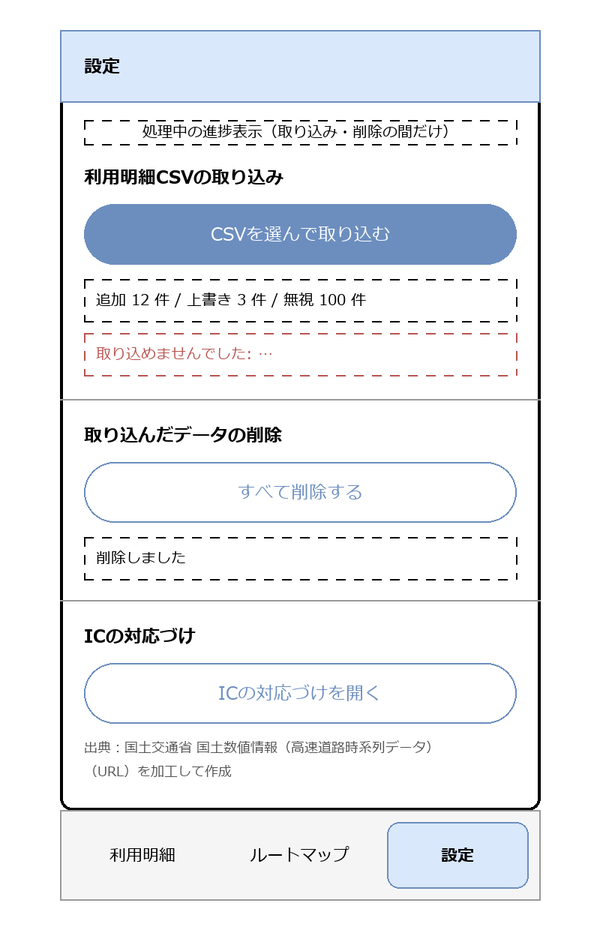
The draw.io diagram docs/systems/screens/images/SCR-001-settings.drawio.png in hnt1028/etc-meisai, before a commit. Source tidied: cells renumbered, new cells last; positions are measured from the earlier drawing's top-left corner, leaving out a move shared by most shapes.
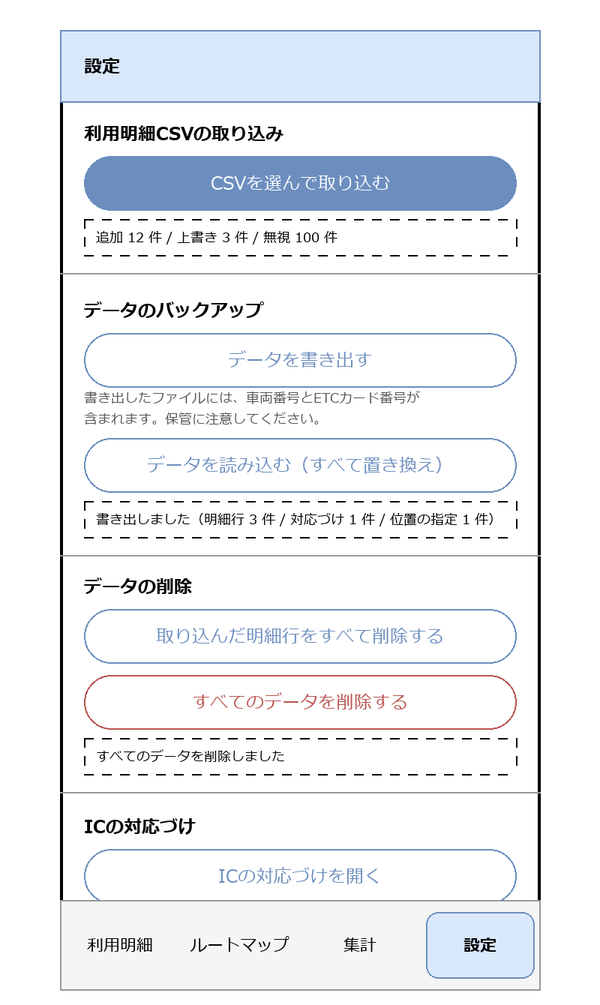
After the commit.

Change to the diagram source:
```diff
@@ -3,70 +3,97 @@
     <mxCell id="0" />
     <mxCell id="1" parent="0" />
     <mxCell id="2" style="rounded=1;whiteSpace=wrap;html=1;arcSize=3;strokeWidth=2;" parent="1" vertex="1">
-      <mxGeometry width="320" height="520" as="geometry" />
+      <mxGeometry width="320" height="640" as="geometry" />
     </mxCell>
     <mxCell id="3" value="設定" style="rounded=0;whiteSpace=wrap;html=1;align=left;spacingLeft=16;fontStyle=1;fillColor=#dae8fc;strokeColor=#6c8ebf;" parent="1" vertex="1">
       <mxGeometry width="320" height="48" as="geometry" />
     </mxCell>
-    <mxCell id="4" value="処理中の進捗表示（取り込み・削除の間だけ）" style="rounded=0;whiteSpace=wrap;html=1;dashed=1;fontSize=10;fillColor=none;" parent="1" vertex="1">
-      <mxGeometry x="16" y="60" width="288" height="16" as="geometry" />
+    <mxCell id="4" value="利用明細CSVの取り込み" style="text;html=1;align=left;verticalAlign=middle;fontStyle=1;" parent="1" vertex="1">
+      <mxGeometry x="16" y="58" width="288" height="22" as="geometry" />
     </mxCell>
-    <mxCell id="5" value="利用明細CSVの取り込み" style="text;html=1;align=left;verticalAlign=middle;fontStyle=1;" parent="1" vertex="1">
-      <mxGeometry x="16" y="86" width="288" height="24" as="geometry" />
+    <mxCell id="5" value="CSVを選んで取り込む" style="rounded=1;whiteSpace=wrap;html=1;arcSize=50;fillColor=#6c8ebf;fontColor=#ffffff;strokeColor=#6c8ebf;" parent="1" vertex="1">
+      <mxGeometry x="16" y="84" width="288" height="36" as="geometry" />
     </mxCell>
-    <mxCell id="6" value="CSVを選んで取り込む" style="rounded=1;whiteSpace=wrap;html=1;arcSize=50;fillColor=#6c8ebf;fontColor=#ffffff;strokeColor=#6c8ebf;" parent="1" vertex="1">
-      <mxGeometry x="16" y="116" width="288" height="40" as="geometry" />
+    <mxCell id="6" value="追加 12 件 / 上書き 3 件 / 無視 100 件" style="rounded=0;whiteSpace=wrap;html=1;align=left;spacingLeft=8;fontSize=10;fillColor=none;dashed=1;fontSize=9;" parent="1" vertex="1">
+      <mxGeometry x="16" y="126" width="288" height="24" as="geometry" />
     </mxCell>
-    <mxCell id="7" value="追加 12 件 / 上書き 3 件 / 無視 100 件" style="rounded=0;whiteSpace=wrap;html=1;align=left;spacingLeft=8;fontSize=10;fillColor=none;dashed=1;" parent="1" vertex="1">
-      <mxGeometry x="16" y="166" width="288" height="28" as="geometry" />
+    <mxCell id="7" style="endArrow=none;html=1;strokeColor=#999999;" parent="1" edge="1">
+      <mxGeometry relative="1" as="geometry">
+        <mxPoint y="162" as="sourcePoint" />
+        <mxPoint x="320" y="162" as="targetPoint" />
+      </mxGeometry>
     </mxCell>
-    <mxCell id="8" value="取り込めませんでした: …" style="rounded=0;whiteSpace=wrap;html=1;align=left;spacingLeft=8;fontSize=10;fillColor=none;dashed=1;fontColor=#b85450;strokeColor=#b85450;" parent="1" vertex="1">
-      <mxGeometry x="16" y="202" width="288" height="28" as="geometry" />
+    <mxCell id="8" value="データのバックアップ" style="text;html=1;align=left;verticalAlign=middle;fontStyle=1;" parent="1" vertex="1">
+      <mxGeometry x="16" y="176" width="288" height="22" as="geometry" />
     </mxCell>
-    <mxCell id="9" style="endArrow=none;html=1;strokeColor=#999999;" parent="1" edge="1">
-      <mxGeometry relative="1" as="geometry">
-        <mxPoint y="246" as="sourcePoint" />
-        <mxPoint x="320" y="246" as="targetPoint" />
-      </mxGeometry>
+    <mxCell id="9" value="データを書き出す" style="rounded=1;whiteSpace=wrap;html=1;arcSize=50;fillColor=none;strokeColor=#6c8ebf;fontColor=#6c8ebf;" parent="1" vertex="1">
+      <mxGeometry x="16" y="202" width="288" height="36" as="geometry" />
     </mxCell>
-    <mxCell id="10" value="取り込んだデータの削除" style="text;html=1;align=left;verticalAlign=middle;fontStyle=1;" parent="1" vertex="1">
-      <mxGeometry x="16" y="258" width="288" height="24" as="geometry" />
+    <mxCell id="10" value="書き出したファイルには、車両番号とETCカード番号が" style="text;html=1;align=left;verticalAlign=middle;fontSize=9;fontColor=#555555;" parent="1" vertex="1">
+      <mxGeometry x="16" y="238" width="288" height="14" as="geometry" />
     </mxCell>
-    <mxCell id="11" value="すべて削除する" style="rounded=1;whiteSpace=wrap;html=1;arcSize=50;fillColor=none;strokeColor=#6c8ebf;fontColor=#6c8ebf;" parent="1" vertex="1">
-      <mxGeometry x="16" y="288" width="288" height="40" as="geometry" />
+    <mxCell id="11" value="含まれます。保管に注意してください。" style="text;html=1;align=left;verticalAlign=middle;fontSize=9;fontColor=#555555;" parent="1" vertex="1">
+      <mxGeometry x="16" y="252" width="288" height="14" as="geometry" />
     </mxCell>
-    <mxCell id="12" value="削除しました" style="rounded=0;whiteSpace=wrap;html=1;align=left;spacingLeft=8;fontSize=10;fillColor=none;dashed=1;" parent="1" vertex="1">
-      <mxGeometry x="16" y="338" width="288" height="28" as="geometry" />
+    <mxCell id="12" value="データを読み込む（すべて置き換え）" style="rounded=1;whiteSpace=wrap;html=1;arcSize=50;fillColor=none;strokeColor=#6c8ebf;fontColor=#6c8ebf;" parent="1" vertex="1">
+      <mxGeometry x="16" y="272" width="288" height="36" as="geometry" />
     </mxCell>
-    <mxCell id="13" style="endArrow=none;html=1;strokeColor=#999999;" parent="1" edge="1">
-      <mxGeometry relative="1" as="geometry">
-        <mxPoint y="380" as="sourcePoint" />
-        <mxPoint x="320" y="380" as="targetPoint" />
-      </mxGeometry>
+    <mxCell id="13" value="書き出しました（明細行 3 件 / 対応づけ 1 件 / 位置の指定 1 件）" style="rounded=0;whiteSpace=wrap;html=1;align=left;spacingLeft=8;fontSize=10;fillColor=none;dashed=1;fontSize=9;" parent="1" vertex="1">
+      <mxGeometry x="16" y="314" width="288" height="24" as="geometry" />
     </mxCell>
-    <mxCell id="14" value="ICの対応づけ" style="text;html=1;align=left;verticalAlign=middle;fontStyle=1;" parent="1" vertex="1">
-      <mxGeometry x="16" y="392" width="288" height="24" as="geometry" />
+    <mxCell id="14" style="endArrow=none;html=1;strokeColor=#999999;" parent="1" edge="1">
+      <mxGeometry relative="1" as="geometry">
+        <mxPoint y="350" as="sourcePoint" />
+        <mxPoint x="320" y="350" as="targetPoint" />
+      </mxGeometry>
     </mxCell>
-    <mxCell id="15" value="ICの対応づけを開く" style="rounded=1;whiteSpace=wrap;html=1;arcSize=50;fillColor=none;strokeColor=#6c8ebf;fontColor=#6c8ebf;" parent="1" vertex="1">
-      <mxGeometry x="16" y="422" width="288" height="40" as="geometry" />
+    <mxCell id="15" value="データの削除" style="text;html=1;align=left;verticalAlign=middle;fontStyle=1;" parent="1" vertex="1">
+      <mxGeometry x="16" y="360" width="288" height="22" as="geometry" />
     </mxCell>
-    <mxCell id="16" value="出典：国土交通省 国土数値情報（高速道路時系列データ）" style="text;html=1;align=left;verticalAlign=middle;fontSize=9;fontColor=#555555;" parent="1" vertex="1">
-      <mxGeometry x="16" y="470" width="288" height="16" as="geometry" />
+    <mxCell id="16" value="取り込んだ明細行をすべて削除する" style="rounded=1;whiteSpace=wrap;html=1;arcSize=50;fillColor=none;strokeColor=#6c8ebf;fontColor=#6c8ebf;" parent="1" vertex="1">
+      <mxGeometry x="16" y="386" width="288" height="36" as="geometry" />
     </mxCell>
-    <mxCell id="17" value="（URL）を加工して作成" style="text;html=1;align=left;verticalAlign=middle;fontSize=9;fontColor=#555555;" parent="1" vertex="1">
-      <mxGeometry x="16" y="486" width="288" height="16" as="geometry" />
+    <mxCell id="17" value="すべてのデータを削除する" style="rounded=1;whiteSpace=wrap;html=1;arcSize=50;fillColor=none;strokeColor=#b85450;fontColor=#b85450;" parent="1" vertex="1">
+      <mxGeometry x="16" y="430" width="288" height="36" as="geometry" />
     </mxCell>
-    <mxCell id="18" style="rounded=0;whiteSpace=wrap;html=1;fillColor=#f5f5f5;strokeColor=#999999;" parent="1" vertex="1">
-      <mxGeometry y="520" width="320" height="60" as="geometry" />
+    <mxCell id="18" value="すべてのデータを削除しました" style="rounded=0;whiteSpace=wrap;html=1;align=left;spacingLeft=8;fontSize=10;fillColor=none;dashed=1;fontSize=9;" parent="1" vertex="1">
+      <mxGeometry x="16" y="472" width="288" height="24" as="geometry" />
     </mxCell>
-    <mxCell id="19" value="利用明細" style="rounded=1;whiteSpace=wrap;html=1;arcSize=40;fontSize=11;fillColor=none;strokeColor=#f5f5f5;" parent="1" vertex="1">
-      <mxGeometry x="8" y="528" width="94" height="44" as="geometry" />
+    <mxCell id="19" style="endArrow=none;html=1;strokeColor=#999999;" parent="1" edge="1">
+      <mxGeometry relative="1" as="geometry">
+        <mxPoint y="508" as="sourcePoint" />
+        <mxPoint x="320" y="508" as="targetPoint" />
+      </mxGeometry>
     </mxCell>
-    <mxCell id="20" value="ルートマップ" style="rounded=1;whiteSpace=wrap;html=1;arcSize=40;fontSize=11;fillColor=none;strokeColor=#f5f5f5;" parent="1" vertex="1">
-      <mxGeometry x="113" y="528" width="94" height="44" as="geometry" />
+    <mxCell id="20" value="ICの対応づけ" style="text;html=1;align=left;verticalAlign=middle;fontStyle=1;" parent="1" vertex="1">
+      <mxGeometry x="16" y="520" width="288" height="22" as="geometry" />
     </mxCell>
-    <mxCell id="21" value="設定" style="rounded=1;whiteSpace=wrap;html=1;arcSize=40;fontSize=11;fillColor=#dae8fc;strokeColor=#6c8ebf;fontStyle=1;" parent="1" vertex="1">
-      <mxGeometry x="218" y="528" width="94" height="44" as="geometry" />
+    <mxCell id="21" value="ICの対応づけを開く" style="rounded=1;whiteSpace=wrap;html=1;arcSize=50;fillColor=none;strokeColor=#6c8ebf;fontColor=#6c8ebf;" parent="1" vertex="1">
+      <mxGeometry x="16" y="546" width="288" height="36" as="geometry" />
     </mxCell>
+    <mxCell id="22" value="出典：国土交通省 国土数値情報（高速道路時系列データ）" style="text;html=1;align=left;verticalAlign=middle;fontSize=8;fontColor=#555555;" parent="1" vertex="1">
+      <mxGeometry x="16" y="592" width="288" height="14" as="geometry" />
+    </mxCell>
+    <mxCell id="23" value="（URL）を加工して作成" style="text;html=1;align=left;verticalAlign=middle;fontSize=8;fontColor=#555555;" parent="1" vertex="1">
+      <mxGeometry x="16" y="606" width="288" height="14" as="geometry" />
+    </mxCell>
+    <mxCell id="24" value="一部の料金所・出入口の位置：© OpenStreetMap contributors（ODbL）" style="text;html=1;align=left;verticalAlign=middle;fontSize=8;fontColor=#555555;" parent="1" vertex="1">
+      <mxGeometry x="16" y="620" width="288" height="14" as="geometry" />
+    </mxCell>
+    <mxCell id="25" style="rounded=0;whiteSpace=wrap;html=1;fillColor=#f5f5f5;strokeColor=#999999;" parent="1" vertex="1">
+      <mxGeometry y="580" width="320" height="60" as="geometry" />
+    </mxCell>
+    <mxCell id="26" value="利用明細" style="rounded=1;whiteSpace=wrap;html=1;arcSize=40;fontSize=11;fillColor=none;strokeColor=#f5f5f5;" parent="1" vertex="1">
+      <mxGeometry x="4" y="588" width="72" height="44" as="geometry" />
+    </mxCell>
+    <mxCell id="27" value="ルートマップ" style="rounded=1;whiteSpace=wrap;html=1;arcSize=40;fontSize=11;fillColor=none;strokeColor=#f5f5f5;" parent="1" vertex="1">
+      <mxGeometry x="84" y="588" width="72" height="44" as="geometry" />
+    </mxCell>
+    <mxCell id="28" value="集計" style="rounded=1;whiteSpace=wrap;html=1;arcSize=40;fontSize=11;fillColor=none;strokeColor=#f5f5f5;" parent="1" vertex="1">
+      <mxGeometry x="164" y="588" width="72" height="44" as="geometry" />
+    </mxCell>
+    <mxCell id="29" value="設定" style="rounded=1;whiteSpace=wrap;html=1;arcSize=40;fontSize=11;fillColor=#dae8fc;strokeColor=#6c8ebf;fontStyle=1;" parent="1" vertex="1">
+      <mxGeometry x="244" y="588" width="72" height="44" as="geometry" />
+    </mxCell>
   </root>
 </mxGraphModel>
```
